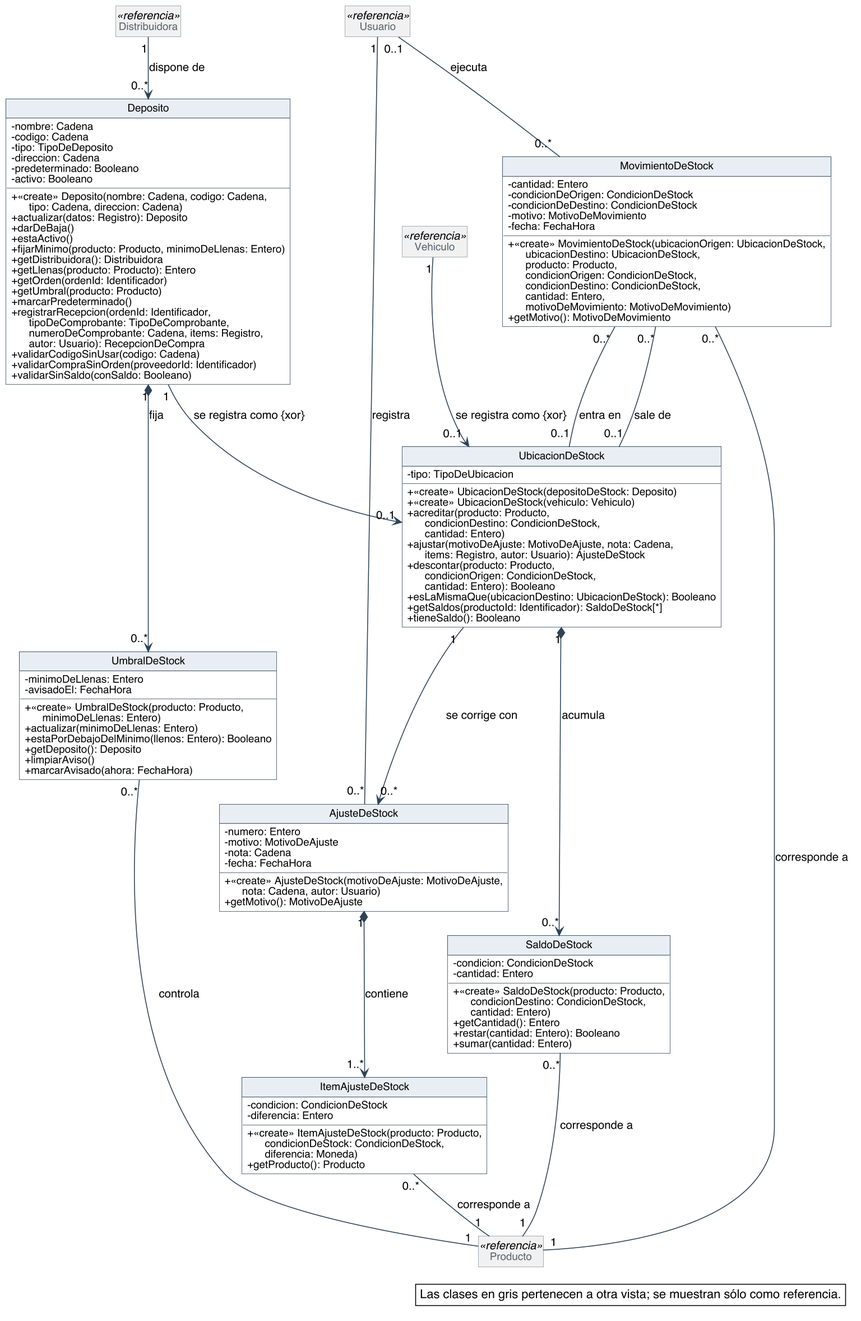
Before: diagramas/clases-diseno/DC_Stock-fisico.png, a diagram exported from PlantUML (Nahuelito-Dev/splg-docs). Source of this version:
```plantuml
@startuml
skinparam backgroundColor #FFFFFF
skinparam shadowing false
skinparam defaultFontName Helvetica
skinparam defaultFontSize 13
skinparam dpi 150
skinparam nodesep 40
skinparam ranksep 55
skinparam classAttributeIconSize 0
skinparam roundCorner 0
skinparam genericDisplay old
skinparam class {
  BorderColor #2C4257
  BackgroundColor #FFFFFF
  ArrowColor #2C4257
  FontSize 14
  AttributeFontSize 12
  HeaderBackgroundColor #E8EEF3
}
skinparam class<<referencia>> {
  BackgroundColor #F1F1F1
  BorderColor #8A97A3
  FontColor #55616C
}
skinparam class<<fachada>> {
  HeaderBackgroundColor #D6E4F0
}
skinparam class<<controlador>> {
  HeaderBackgroundColor #D6E4F0
}
skinparam class<<fabricación pura>> {
  HeaderBackgroundColor #F3E9CF
}
skinparam class<<colección>> {
  HeaderBackgroundColor #E6E6E6
}
skinparam class<<adaptador>> {
  HeaderBackgroundColor #DCEBDD
}
skinparam interface {
  BorderColor #2C4257
  BackgroundColor #FFFFFF
  HeaderBackgroundColor #DCEBDD
  FontSize 14
  AttributeFontSize 12
}
skinparam note {
  BackgroundColor #FFFFFF
  BorderColor #2C4257
}
skinparam packageStyle rectangle
skinparam package {
  BorderColor #8A97A3
  FontSize 13
  FontColor #55616C
}
hide circle
hide empty members

class Deposito {
  - nombre: Cadena
  - codigo: Cadena
  - tipo: TipoDeDeposito
  - direccion: Cadena
  - predeterminado: Booleano
  - activo: Booleano
  + «create» Deposito(nombre: Cadena, codigo: Cadena,\n      tipo: Cadena, direccion: Cadena)
  + actualizar(datos: Registro): Deposito
  + darDeBaja()
  + estaActivo()
  + fijarMinimo(producto: Producto, minimoDeLlenas: Entero)
  + getDistribuidora(): Distribuidora
  + getLlenas(producto: Producto): Entero
  + getOrden(ordenId: Identificador)
  + getUmbral(producto: Producto)
  + marcarPredeterminado()
  + registrarRecepcion(ordenId: Identificador,\n      tipoDeComprobante: TipoDeComprobante,\n      numeroDeComprobante: Cadena, items: Registro,\n      autor: Usuario): RecepcionDeCompra
  + validarCodigoSinUsar(codigo: Cadena)
  + validarCompraSinOrden(proveedorId: Identificador)
  + validarSinSaldo(conSaldo: Booleano)
}
class UbicacionDeStock {
  - tipo: TipoDeUbicacion
  + «create» UbicacionDeStock(depositoDeStock: Deposito)
  + «create» UbicacionDeStock(vehiculo: Vehiculo)
  + acreditar(producto: Producto,\n      condicionDestino: CondicionDeStock,\n      cantidad: Entero)
  + ajustar(motivoDeAjuste: MotivoDeAjuste, nota: Cadena,\n      items: Registro, autor: Usuario): AjusteDeStock
  + descontar(producto: Producto,\n      condicionOrigen: CondicionDeStock,\n      cantidad: Entero): Booleano
  + esLaMismaQue(ubicacionDestino: UbicacionDeStock): Booleano
  + getSaldos(productoId: Identificador): SaldoDeStock[*]
  + tieneSaldo(): Booleano
}
class SaldoDeStock {
  - condicion: CondicionDeStock
  - cantidad: Entero
  + «create» SaldoDeStock(producto: Producto,\n      condicionDestino: CondicionDeStock,\n      cantidad: Entero)
  + getCantidad(): Entero
  + restar(cantidad: Entero): Booleano
  + sumar(cantidad: Entero)
}
class MovimientoDeStock {
  - cantidad: Entero
  - condicionDeOrigen: CondicionDeStock
  - condicionDeDestino: CondicionDeStock
  - motivo: MotivoDeMovimiento
  - fecha: FechaHora
  + «create» MovimientoDeStock(ubicacionOrigen: UbicacionDeStock,\n      ubicacionDestino: UbicacionDeStock,\n      producto: Producto,\n      condicionOrigen: CondicionDeStock,\n      condicionDestino: CondicionDeStock,\n      cantidad: Entero,\n      motivoDeMovimiento: MotivoDeMovimiento)
  + getMotivo(): MotivoDeMovimiento
}
class UmbralDeStock {
  - minimoDeLlenas: Entero
  - avisadoEl: FechaHora
  + «create» UmbralDeStock(producto: Producto,\n      minimoDeLlenas: Entero)
  + actualizar(minimoDeLlenas: Entero)
  + estaPorDebajoDelMinimo(llenos: Entero): Booleano
  + getDeposito(): Deposito
  + limpiarAviso()
  + marcarAvisado(ahora: FechaHora)
}
class AjusteDeStock {
  - numero: Entero
  - motivo: MotivoDeAjuste
  - nota: Cadena
  - fecha: FechaHora
  + «create» AjusteDeStock(motivoDeAjuste: MotivoDeAjuste,\n      nota: Cadena, autor: Usuario)
  + getMotivo(): MotivoDeAjuste
}
class ItemAjusteDeStock {
  - condicion: CondicionDeStock
  - diferencia: Entero
  + «create» ItemAjusteDeStock(producto: Producto,\n      condicionDeStock: CondicionDeStock,\n      diferencia: Moneda)
  + getProducto(): Producto
}
class Producto <<referencia>>
class Vehiculo <<referencia>>
class Usuario <<referencia>>
class Distribuidora <<referencia>>

Distribuidora "1" --> "0..*" Deposito : dispone de
Deposito "1" --> "0..1" UbicacionDeStock : se registra como {xor}
Vehiculo "1" --> "0..1" UbicacionDeStock : se registra como {xor}
UbicacionDeStock "1" *--> "0..*" SaldoDeStock : acumula
SaldoDeStock "0..*" -- "1" Producto : corresponde a
MovimientoDeStock "0..*" -- "1" Producto : corresponde a
MovimientoDeStock "0..*" -- "0..1" UbicacionDeStock : sale de
MovimientoDeStock "0..*" -- "0..1" UbicacionDeStock : entra en
Usuario "0..1" -- "0..*" MovimientoDeStock : ejecuta
Deposito "1" *--> "0..*" UmbralDeStock : fija
UmbralDeStock "0..*" -- "1" Producto : controla
UbicacionDeStock "1" --> "0..*" AjusteDeStock : se corrige con
AjusteDeStock "1" *--> "1..*" ItemAjusteDeStock : contiene
ItemAjusteDeStock "0..*" -- "1" Producto : corresponde a
Usuario "1" -- "0..*" AjusteDeStock : registra

legend bottom right
  Las clases en gris pertenecen a otra vista; se muestran sólo como referencia.
endlegend
@enduml
```
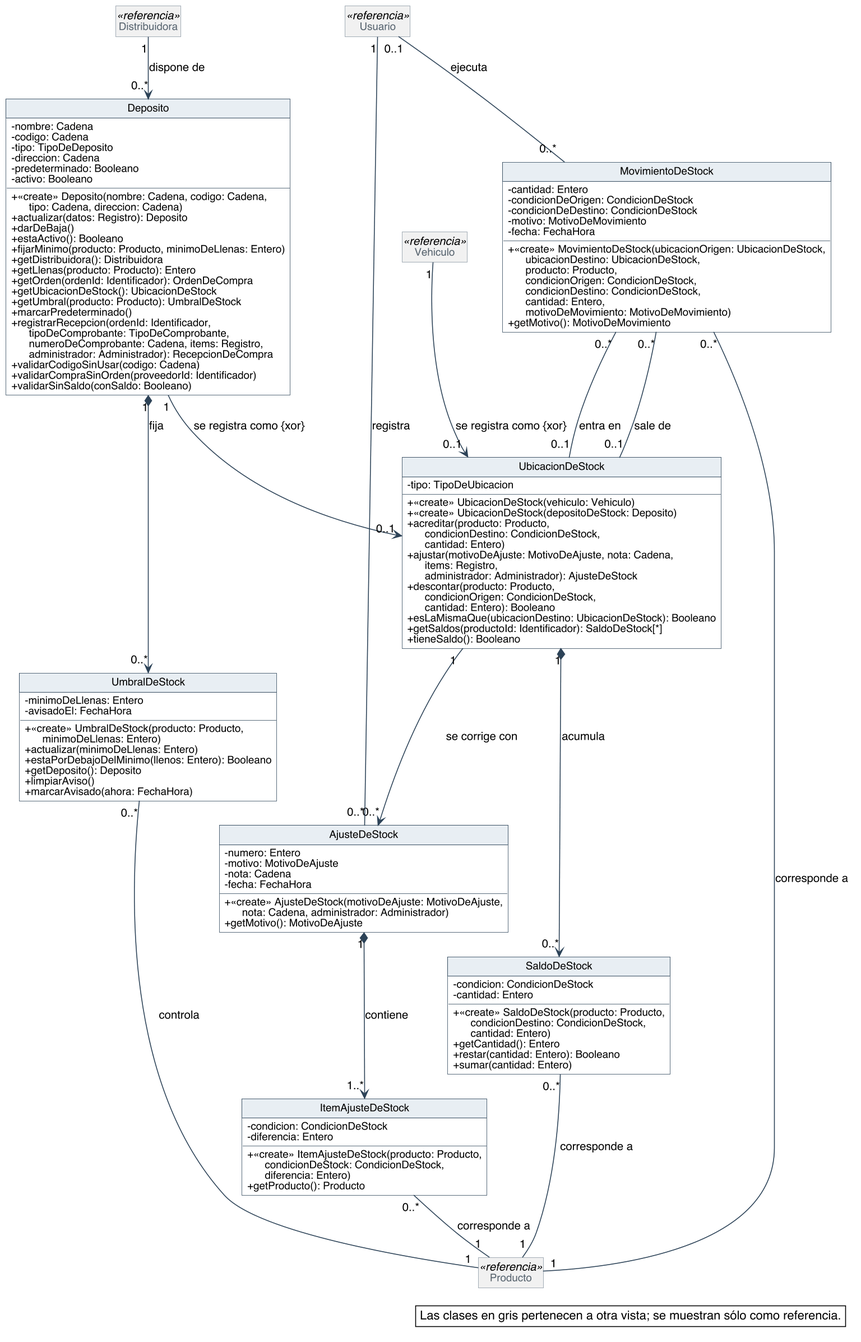
After the change.

The edit, as a diff of the source:
```diff
@@ -67,24 +67,25 @@
   + «create» Deposito(nombre: Cadena, codigo: Cadena,\n      tipo: Cadena, direccion: Cadena)
   + actualizar(datos: Registro): Deposito
   + darDeBaja()
-  + estaActivo()
+  + estaActivo(): Booleano
   + fijarMinimo(producto: Producto, minimoDeLlenas: Entero)
   + getDistribuidora(): Distribuidora
   + getLlenas(producto: Producto): Entero
-  + getOrden(ordenId: Identificador)
-  + getUmbral(producto: Producto)
+  + getOrden(ordenId: Identificador): OrdenDeCompra
+  + getUbicacionDeStock(): UbicacionDeStock
+  + getUmbral(producto: Producto): UmbralDeStock
   + marcarPredeterminado()
-  + registrarRecepcion(ordenId: Identificador,\n      tipoDeComprobante: TipoDeComprobante,\n      numeroDeComprobante: Cadena, items: Registro,\n      autor: Usuario): RecepcionDeCompra
+  + registrarRecepcion(ordenId: Identificador,\n      tipoDeComprobante: TipoDeComprobante,\n      numeroDeComprobante: Cadena, items: Registro,\n      administrador: Administrador): RecepcionDeCompra
   + validarCodigoSinUsar(codigo: Cadena)
   + validarCompraSinOrden(proveedorId: Identificador)
   + validarSinSaldo(conSaldo: Booleano)
 }
 class UbicacionDeStock {
   - tipo: TipoDeUbicacion
+  + «create» UbicacionDeStock(vehiculo: Vehiculo)
   + «create» UbicacionDeStock(depositoDeStock: Deposito)
-  + «create» UbicacionDeStock(vehiculo: Vehiculo)
   + acreditar(producto: Producto,\n      condicionDestino: CondicionDeStock,\n      cantidad: Entero)
-  + ajustar(motivoDeAjuste: MotivoDeAjuste, nota: Cadena,\n      items: Registro, autor: Usuario): AjusteDeStock
+  + ajustar(motivoDeAjuste: MotivoDeAjuste, nota: Cadena,\n      items: Registro,\n      administrador: Administrador): AjusteDeStock
   + descontar(producto: Producto,\n      condicionOrigen: CondicionDeStock,\n      cantidad: Entero): Booleano
   + esLaMismaQue(ubicacionDestino: UbicacionDeStock): Booleano
   + getSaldos(productoId: Identificador): SaldoDeStock[*]
@@ -122,13 +123,13 @@
   - motivo: MotivoDeAjuste
   - nota: Cadena
   - fecha: FechaHora
-  + «create» AjusteDeStock(motivoDeAjuste: MotivoDeAjuste,\n      nota: Cadena, autor: Usuario)
+  + «create» AjusteDeStock(motivoDeAjuste: MotivoDeAjuste,\n      nota: Cadena, administrador: Administrador)
   + getMotivo(): MotivoDeAjuste
 }
 class ItemAjusteDeStock {
   - condicion: CondicionDeStock
   - diferencia: Entero
-  + «create» ItemAjusteDeStock(producto: Producto,\n      condicionDeStock: CondicionDeStock,\n      diferencia: Moneda)
+  + «create» ItemAjusteDeStock(producto: Producto,\n      condicionDeStock: CondicionDeStock,\n      diferencia: Entero)
   + getProducto(): Producto
 }
 class Producto <<referencia>>
```
